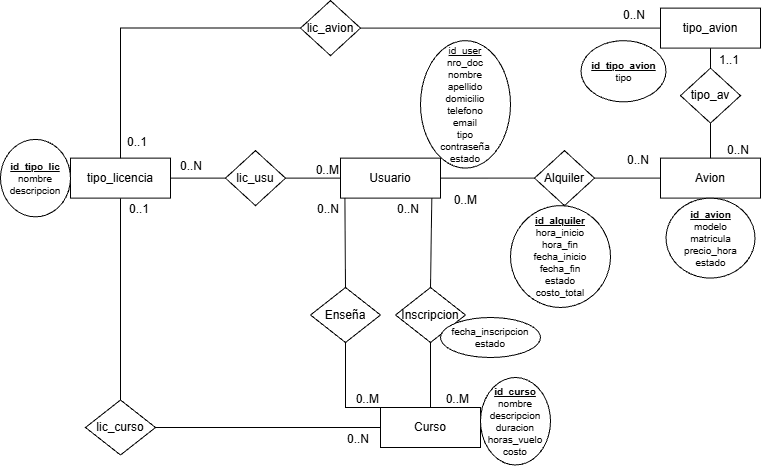
Before: Aeroclub.png, a diagram exported from draw.io (lautarokalkov-lab/Aeroclub_Java_TP). Source tidied: cells renumbered, new cells last; positions are measured from the earlier drawing's top-left corner, leaving out a move shared by most shapes.
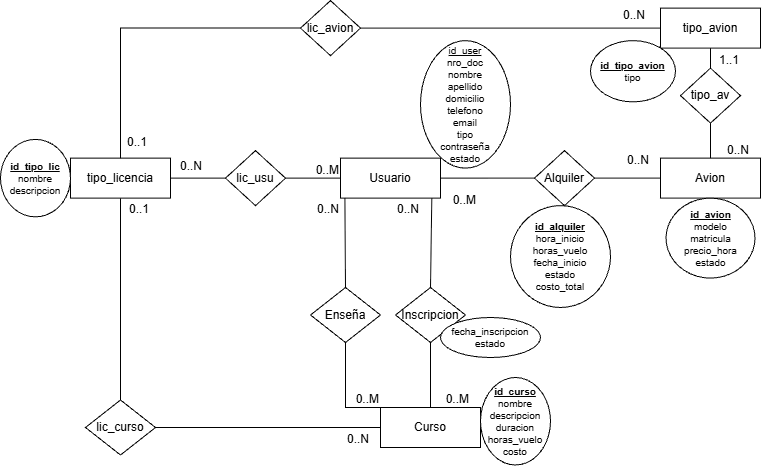
The same file after the commit.

Diff of the diagram source:
```diff
@@ -95,7 +95,7 @@
     <mxCell id="30" value="&lt;div&gt;fecha_inscripcion&lt;/div&gt;&lt;div&gt;estado&lt;/div&gt;" style="ellipse;whiteSpace=wrap;html=1;align=center;fontFamily=Helvetica;fontSize=10;labelBackgroundColor=none;" parent="1" vertex="1">
       <mxGeometry x="440" y="317" width="100" height="40" as="geometry" />
     </mxCell>
-    <mxCell id="31" value="&lt;b&gt;&lt;u&gt;id_alquiler&lt;/u&gt;&lt;/b&gt;&lt;div&gt;hora_inicio&lt;/div&gt;&lt;div&gt;hora_fin&lt;/div&gt;&lt;div&gt;fecha_inicio&lt;br&gt;fecha_fin&lt;/div&gt;&lt;div&gt;estado&lt;/div&gt;&lt;div&gt;costo_total&lt;/div&gt;" style="ellipse;whiteSpace=wrap;html=1;align=center;fontFamily=Helvetica;fontSize=10;labelBackgroundColor=none;" parent="1" vertex="1">
+    <mxCell id="31" value="&lt;b&gt;&lt;u&gt;id_alquiler&lt;/u&gt;&lt;/b&gt;&lt;div&gt;hora_inicio&lt;/div&gt;&lt;div&gt;horas_vuelo&lt;/div&gt;&lt;div&gt;fecha_inicio&lt;br&gt;&lt;/div&gt;&lt;div&gt;estado&lt;/div&gt;&lt;div&gt;costo_total&lt;/div&gt;" style="ellipse;whiteSpace=wrap;html=1;align=center;fontFamily=Helvetica;fontSize=10;labelBackgroundColor=none;" parent="1" vertex="1">
       <mxGeometry x="510" y="205.1" width="100" height="101.9" as="geometry" />
     </mxCell>
     <mxCell id="32" value="&lt;b&gt;&lt;u&gt;id_avion&lt;/u&gt;&lt;/b&gt;&lt;div&gt;modelo&lt;b&gt;&lt;u&gt;&lt;br&gt;&lt;/u&gt;&lt;/b&gt;&lt;div&gt;matricula&lt;/div&gt;&lt;/div&gt;&lt;div&gt;precio_hora&lt;/div&gt;&lt;div&gt;estado&lt;/div&gt;" style="ellipse;whiteSpace=wrap;html=1;align=center;fontFamily=Helvetica;fontSize=10;labelBackgroundColor=none;" parent="1" vertex="1">
@@ -120,7 +120,7 @@
       <mxGeometry relative="1" as="geometry" />
     </mxCell>
     <mxCell id="39" value="&lt;b&gt;&lt;u&gt;id_tipo_avion&lt;/u&gt;&lt;/b&gt;&lt;div&gt;tipo&lt;/div&gt;" style="ellipse;whiteSpace=wrap;html=1;align=center;fontFamily=Helvetica;fontSize=10;labelBackgroundColor=none;" parent="1" vertex="1">
-      <mxGeometry x="580.5" y="40.1" width="85" height="61.2" as="geometry" />
+      <mxGeometry x="590" y="40.1" width="85" height="61.2" as="geometry" />
     </mxCell>
     <mxCell id="40" value="0..N" style="html=1;whiteSpace=wrap;align=right;verticalAlign=bottom;labelBackgroundColor=none;" parent="1" vertex="1">
       <mxGeometry x="750" y="157.6" as="geometry" />
```
